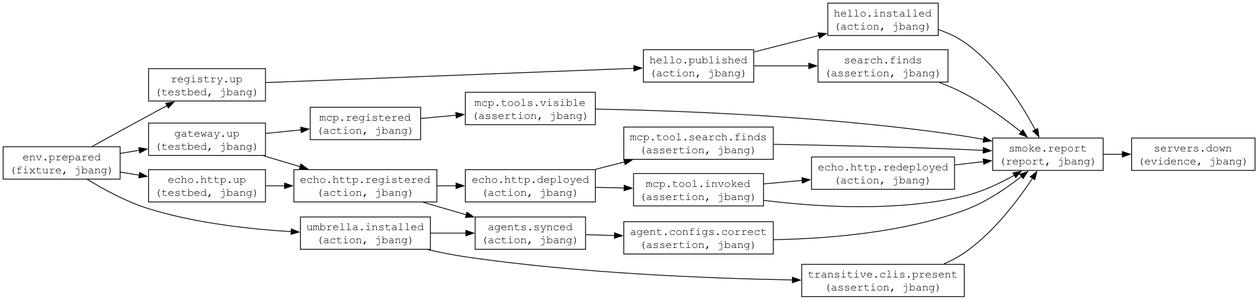
The Graphviz diagram test_graph/docs/smoke.png in haydenrear/skill-manager, before a commit. Its source is kept beside it as test_graph/docs/smoke.dot.
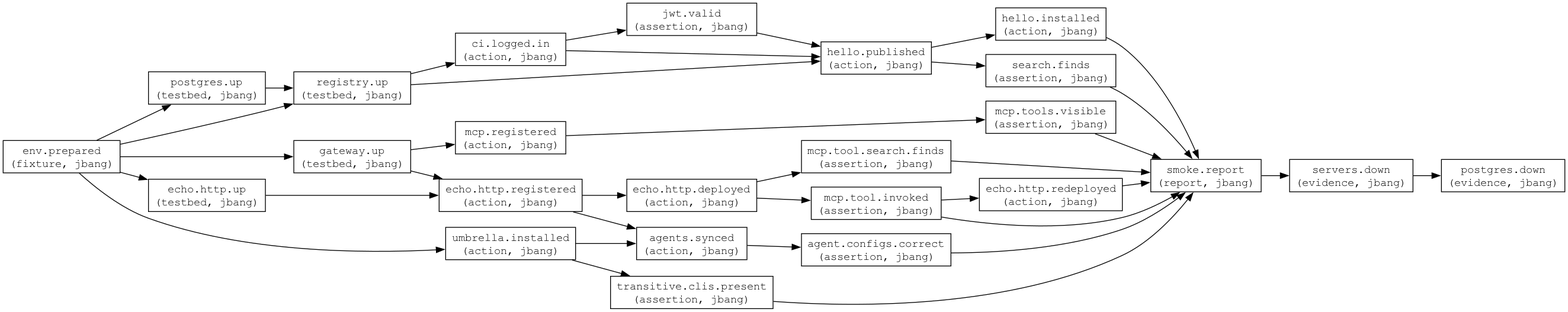
After the commit.

What changed in the source:
```diff
@@ -2,7 +2,10 @@
   rankdir=LR;
   node [shape=box,fontname="Courier"];
   "env.prepared" [label="env.prepared\n(fixture, jbang)"];
+  "postgres.up" [label="postgres.up\n(testbed, jbang)"];
   "registry.up" [label="registry.up\n(testbed, jbang)"];
+  "ci.logged.in" [label="ci.logged.in\n(action, jbang)"];
+  "jwt.valid" [label="jwt.valid\n(assertion, jbang)"];
   "gateway.up" [label="gateway.up\n(testbed, jbang)"];
   "echo.http.up" [label="echo.http.up\n(testbed, jbang)"];
   "hello.published" [label="hello.published\n(action, jbang)"];
@@ -21,10 +24,17 @@
   "agent.configs.correct" [label="agent.configs.correct\n(assertion, jbang)"];
   "smoke.report" [label="smoke.report\n(report, jbang)"];
   "servers.down" [label="servers.down\n(evidence, jbang)"];
+  "postgres.down" [label="postgres.down\n(evidence, jbang)"];
+  "env.prepared" -> "postgres.up";
   "env.prepared" -> "registry.up";
+  "postgres.up" -> "registry.up";
+  "registry.up" -> "ci.logged.in";
+  "ci.logged.in" -> "jwt.valid";
   "env.prepared" -> "gateway.up";
   "env.prepared" -> "echo.http.up";
   "registry.up" -> "hello.published";
+  "ci.logged.in" -> "hello.published";
+  "jwt.valid" -> "hello.published";
   "hello.published" -> "hello.installed";
   "hello.published" -> "search.finds";
   "env.prepared" -> "umbrella.installed";
@@ -49,4 +59,5 @@
   "mcp.tools.visible" -> "smoke.report";
   "hello.installed" -> "smoke.report";
   "smoke.report" -> "servers.down";
+  "servers.down" -> "postgres.down";
 }
```
